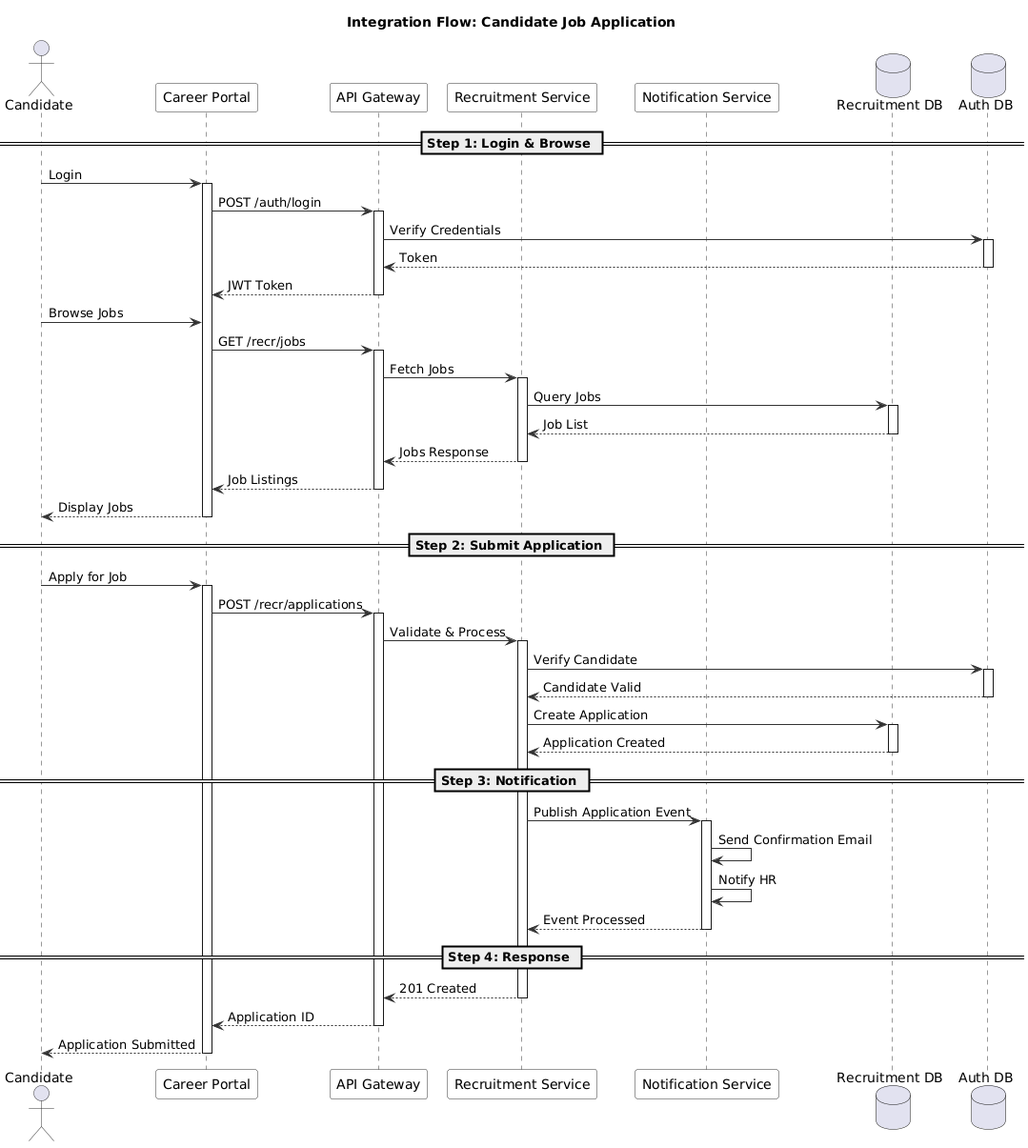
This is modules/dist/recr/images/sequence/recruitment-integration.png from namnh240795/document, a PlantUML export, as it was before one commit. Source of this version:
```plantuml
@startuml

skinparam sequence {
  ArrowColor #333333
  ActorBorderColor #333333
  LifeLineBorderColor #333333
  ParticipantBackgroundColor #F8F8F8
  ParticipantBorderColor #333333
}

title Integration Flow: Candidate Job Application

actor "Candidate" as Cand
participant "Career Portal" as FE
participant "API Gateway" as GW
participant "Recruitment Service" as RS
participant "Notification Service" as NS
database "Recruitment DB" as DB
database "Auth DB" as AuthDB

== Step 1: Login & Browse ==

Cand -> FE : Login
activate FE

FE -> GW : POST /auth/login
activate GW

GW -> AuthDB : Verify Credentials
activate AuthDB
AuthDB --> GW : Token
deactivate AuthDB

GW --> FE : JWT Token
deactivate GW

Cand -> FE : Browse Jobs
FE -> GW : GET /recr/jobs
activate GW

GW -> RS : Fetch Jobs
activate RS

RS -> DB : Query Jobs
activate DB
DB --> RS : Job List
deactivate DB

RS --> GW : Jobs Response
deactivate RS

GW --> FE : Job Listings
deactivate GW

FE --> Cand : Display Jobs
deactivate FE

== Step 2: Submit Application ==

Cand -> FE : Apply for Job
activate FE

FE -> GW : POST /recr/applications
activate GW

GW -> RS : Validate & Process
activate RS

RS -> AuthDB : Verify Candidate
activate AuthDB
AuthDB --> RS : Candidate Valid
deactivate AuthDB

RS -> DB : Create Application
activate DB
DB --> RS : Application Created
deactivate DB

== Step 3: Notification ==

RS -> NS : Publish Application Event
activate NS

NS -> NS : Send Confirmation Email
NS -> NS : Notify HR
NS --> RS : Event Processed
deactivate NS

== Step 4: Response ==

RS --> GW : 201 Created
deactivate RS

GW --> FE : Application ID
deactivate GW

FE --> Cand : Application Submitted
deactivate FE

@enduml
```
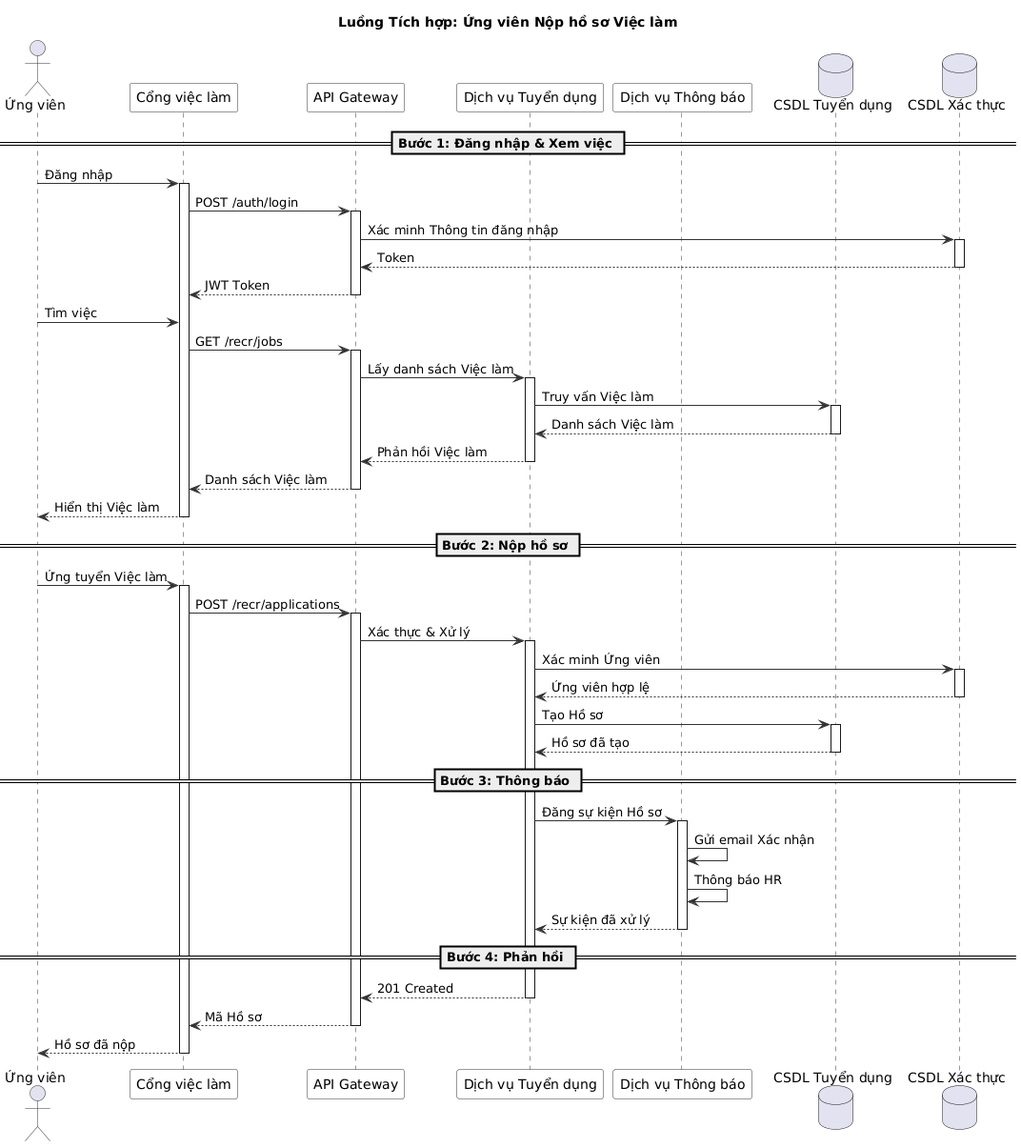
Later version of the same file.

Change to the diagram source:
```diff
@@ -8,25 +8,25 @@
   ParticipantBorderColor #333333
 }
 
-title Integration Flow: Candidate Job Application
+title Luồng Tích hợp: Ứng viên Nộp hồ sơ Việc làm
 
-actor "Candidate" as Cand
-participant "Career Portal" as FE
+actor "Ứng viên" as Cand
+participant "Cổng việc làm" as FE
 participant "API Gateway" as GW
-participant "Recruitment Service" as RS
-participant "Notification Service" as NS
-database "Recruitment DB" as DB
-database "Auth DB" as AuthDB
+participant "Dịch vụ Tuyển dụng" as RS
+participant "Dịch vụ Thông báo" as NS
+database "CSDL Tuyển dụng" as DB
+database "CSDL Xác thực" as AuthDB
 
-== Step 1: Login & Browse ==
+== Bước 1: Đăng nhập & Xem việc ==
 
-Cand -> FE : Login
+Cand -> FE : Đăng nhập
 activate FE
 
 FE -> GW : POST /auth/login
 activate GW
 
-GW -> AuthDB : Verify Credentials
+GW -> AuthDB : Xác minh Thông tin đăng nhập
 activate AuthDB
 AuthDB --> GW : Token
 deactivate AuthDB
@@ -34,67 +34,67 @@
 GW --> FE : JWT Token
 deactivate GW
 
-Cand -> FE : Browse Jobs
+Cand -> FE : Tìm việc
 FE -> GW : GET /recr/jobs
 activate GW
 
-GW -> RS : Fetch Jobs
+GW -> RS : Lấy danh sách Việc làm
 activate RS
 
-RS -> DB : Query Jobs
+RS -> DB : Truy vấn Việc làm
 activate DB
-DB --> RS : Job List
+DB --> RS : Danh sách Việc làm
 deactivate DB
 
-RS --> GW : Jobs Response
+RS --> GW : Phản hồi Việc làm
 deactivate RS
 
-GW --> FE : Job Listings
+GW --> FE : Danh sách Việc làm
 deactivate GW
 
-FE --> Cand : Display Jobs
+FE --> Cand : Hiển thị Việc làm
 deactivate FE
 
-== Step 2: Submit Application ==
+== Bước 2: Nộp hồ sơ ==
 
-Cand -> FE : Apply for Job
+Cand -> FE : Ứng tuyển Việc làm
 activate FE
 
 FE -> GW : POST /recr/applications
 activate GW
 
-GW -> RS : Validate & Process
+GW -> RS : Xác thực & Xử lý
 activate RS
 
-RS -> AuthDB : Verify Candidate
+RS -> AuthDB : Xác minh Ứng viên
 activate AuthDB
-AuthDB --> RS : Candidate Valid
+AuthDB --> RS : Ứng viên hợp lệ
 deactivate AuthDB
 
-RS -> DB : Create Application
+RS -> DB : Tạo Hồ sơ
 activate DB
-DB --> RS : Application Created
+DB --> RS : Hồ sơ đã tạo
 deactivate DB
 
-== Step 3: Notification ==
+== Bước 3: Thông báo ==
 
-RS -> NS : Publish Application Event
+RS -> NS : Đăng sự kiện Hồ sơ
 activate NS
 
-NS -> NS : Send Confirmation Email
-NS -> NS : Notify HR
-NS --> RS : Event Processed
+NS -> NS : Gửi email Xác nhận
+NS -> NS : Thông báo HR
+NS --> RS : Sự kiện đã xử lý
 deactivate NS
 
-== Step 4: Response ==
+== Bước 4: Phản hồi ==
 
 RS --> GW : 201 Created
 deactivate RS
 
-GW --> FE : Application ID
+GW --> FE : Mã Hồ sơ
 deactivate GW
 
-FE --> Cand : Application Submitted
+FE --> Cand : Hồ sơ đã nộp
 deactivate FE
 
 @enduml
```
